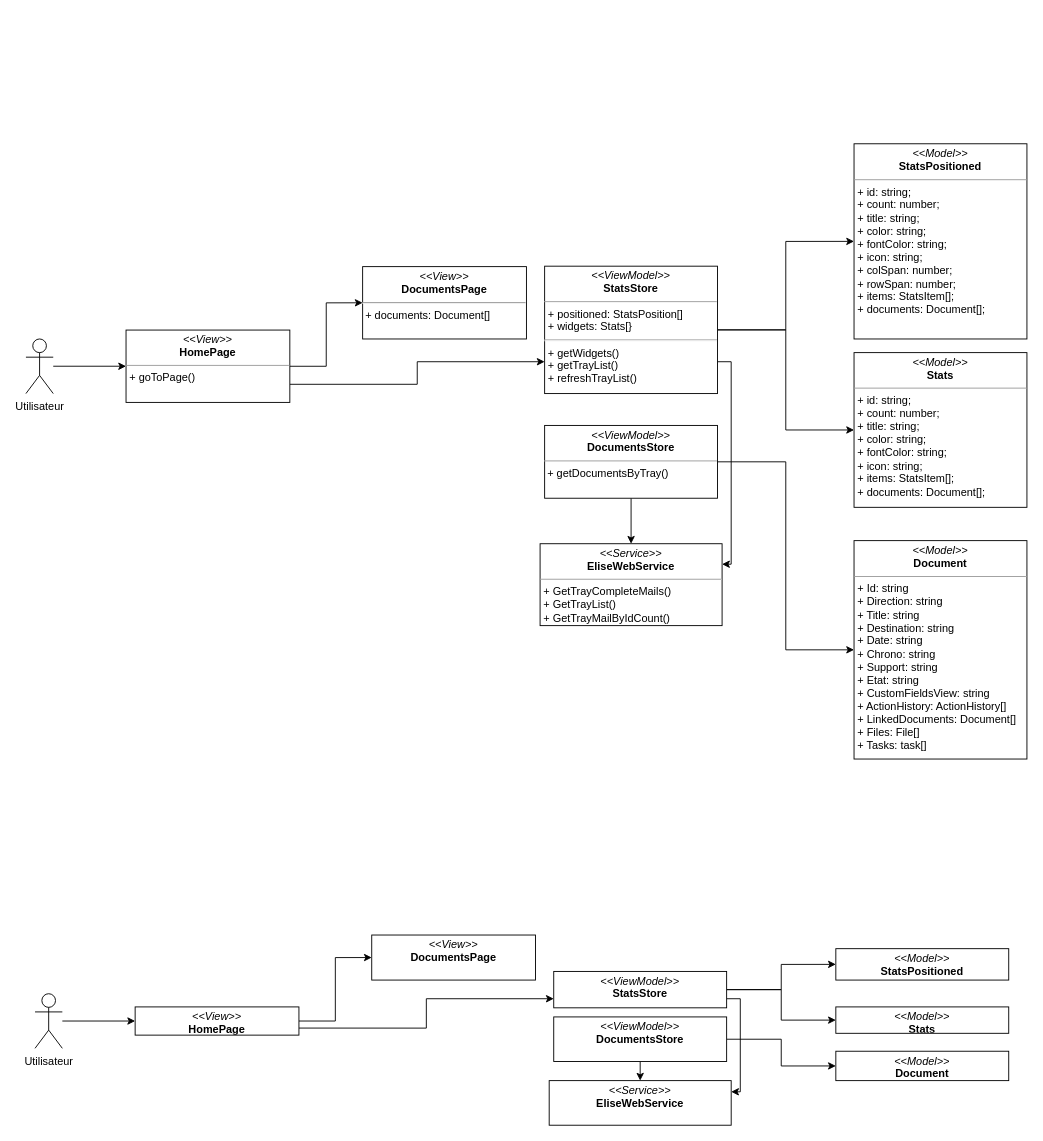
Before: dccSprint7.drawio in PFE-Neoledge-2023/rapport, a draw.io diagram. Source tidied: cells renumbered, new cells numbered last; positions are measured from the earlier drawing's top-left corner, leaving out a move shared by most shapes. Both pictures are drawn from the tidied source at 91%, with x=0, y=0 at pixel (25, 143).
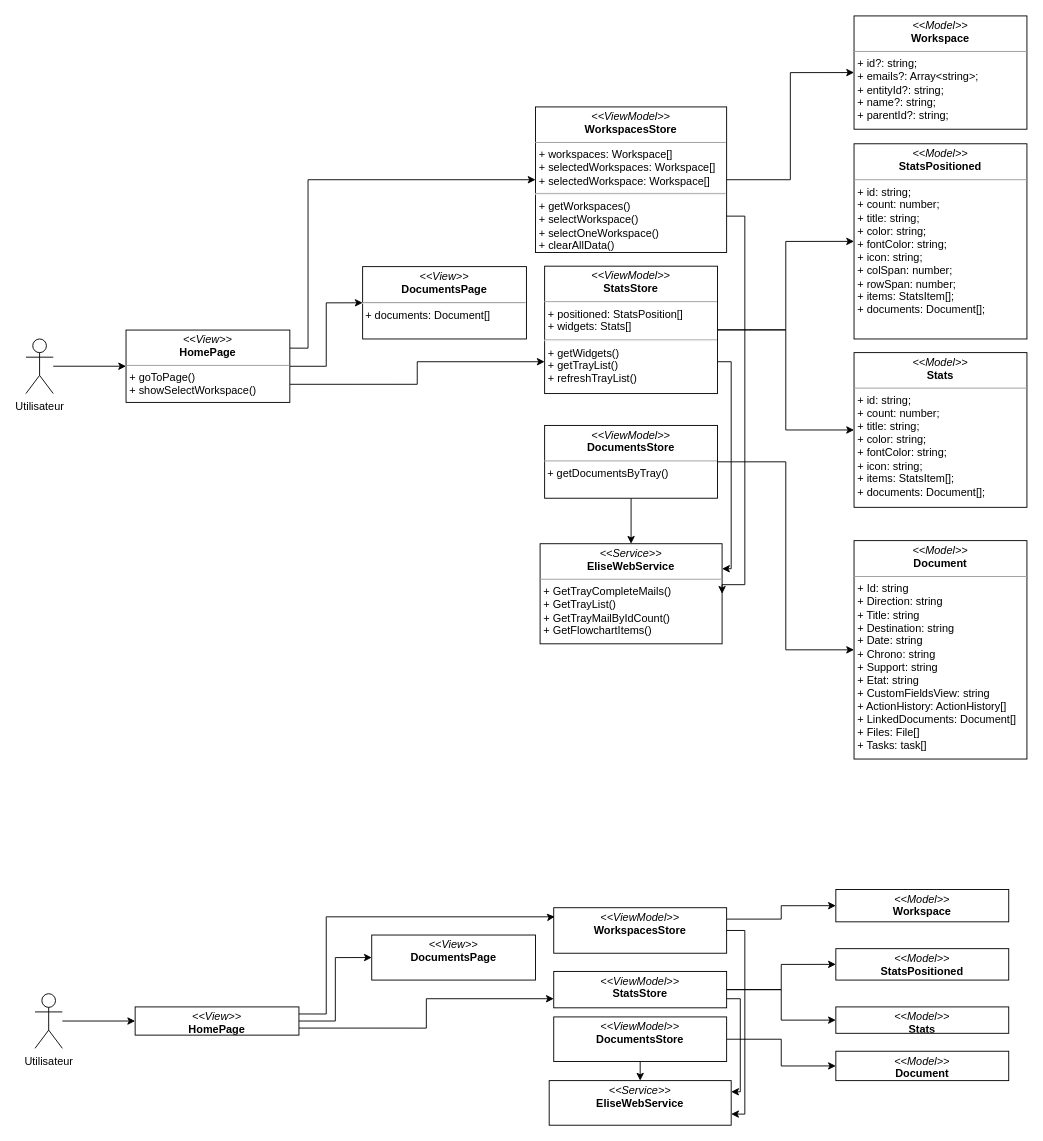
Above is the later version.

The change refers to these unchanged cells:
```xml
<mxCell id="27" value="&lt;p style=&quot;margin:0px;margin-top:4px;text-align:center;&quot;&gt;&lt;i&gt;&amp;lt;&amp;lt;Service&amp;gt;&amp;gt;&lt;/i&gt;&lt;br&gt;&lt;b&gt;EliseWebService&lt;/b&gt;&lt;/p&gt;&lt;p style=&quot;margin:0px;margin-left:4px;&quot;&gt;&lt;br&gt;&lt;/p&gt;" style="verticalAlign=top;align=left;overflow=fill;fontSize=12;fontFamily=Helvetica;html=1;whiteSpace=wrap;" parent="1" vertex="1">
  <mxGeometry x="575" y="1030" width="200" height="49" as="geometry" />
</mxCell>
<mxCell id="30" value="&lt;p style=&quot;margin:0px;margin-top:4px;text-align:center;&quot;&gt;&lt;i&gt;&amp;lt;&amp;lt;View&amp;gt;&amp;gt;&lt;/i&gt;&lt;br&gt;&lt;b&gt;HomePage&lt;/b&gt;&lt;/p&gt;&lt;p style=&quot;border-color: var(--border-color); margin: 0px 0px 0px 4px;&quot;&gt;&lt;br&gt;&lt;/p&gt;" style="verticalAlign=top;align=left;overflow=fill;fontSize=12;fontFamily=Helvetica;html=1;whiteSpace=wrap;" parent="1" vertex="1">
  <mxGeometry x="120" y="949" width="180" height="31" as="geometry" />
</mxCell>
```

Change to the diagram source:
```diff
@@
-    <mxCell id="8" value="&lt;p style=&quot;margin:0px;margin-top:4px;text-align:center;&quot;&gt;&lt;i&gt;&amp;lt;&amp;lt;ViewModel&amp;gt;&amp;gt;&lt;/i&gt;&lt;br&gt;&lt;b&gt;StatsStore&lt;/b&gt;&lt;/p&gt;&lt;hr size=&quot;1&quot;&gt;&lt;p style=&quot;margin:0px;margin-left:4px;&quot;&gt;&lt;/p&gt;&lt;p style=&quot;margin:0px;margin-left:4px;&quot;&gt;+ positioned: StatsPosition[]&lt;/p&gt;&lt;p style=&quot;margin:0px;margin-left:4px;&quot;&gt;+ widgets: Stats[}&lt;/p&gt;&lt;hr&gt;&lt;p style=&quot;margin:0px;margin-left:4px;&quot;&gt;+&amp;nbsp;&lt;span style=&quot;background-color: initial;&quot;&gt;getWidgets()&lt;/span&gt;&lt;/p&gt;&lt;p style=&quot;margin:0px;margin-left:4px;&quot;&gt;+ getTrayList()&lt;/p&gt;&lt;p style=&quot;margin:0px;margin-left:4px;&quot;&gt;&lt;span style=&quot;background-color: initial;&quot;&gt;+ refreshTrayList()&lt;br&gt;&lt;/span&gt;&lt;/p&gt;" style="verticalAlign=top;align=left;overflow=fill;fontSize=12;fontFamily=Helvetica;html=1;whiteSpace=wrap;" parent="1" vertex="1">
+    <mxCell id="8" value="&lt;p style=&quot;margin:0px;margin-top:4px;text-align:center;&quot;&gt;&lt;i&gt;&amp;lt;&amp;lt;ViewModel&amp;gt;&amp;gt;&lt;/i&gt;&lt;br&gt;&lt;b&gt;StatsStore&lt;/b&gt;&lt;/p&gt;&lt;hr size=&quot;1&quot;&gt;&lt;p style=&quot;margin:0px;margin-left:4px;&quot;&gt;&lt;/p&gt;&lt;p style=&quot;margin:0px;margin-left:4px;&quot;&gt;+ positioned: StatsPosition[]&lt;/p&gt;&lt;p style=&quot;margin:0px;margin-left:4px;&quot;&gt;+ widgets: Stats[]&lt;/p&gt;&lt;hr&gt;&lt;p style=&quot;margin:0px;margin-left:4px;&quot;&gt;+&amp;nbsp;&lt;span style=&quot;background-color: initial;&quot;&gt;getWidgets()&lt;/span&gt;&lt;/p&gt;&lt;p style=&quot;margin:0px;margin-left:4px;&quot;&gt;+ getTrayList()&lt;/p&gt;&lt;p style=&quot;margin:0px;margin-left:4px;&quot;&gt;&lt;span style=&quot;background-color: initial;&quot;&gt;+ refreshTrayList()&lt;br&gt;&lt;/span&gt;&lt;/p&gt;" style="verticalAlign=top;align=left;overflow=fill;fontSize=12;fontFamily=Helvetica;html=1;whiteSpace=wrap;" parent="1" vertex="1">
       <mxGeometry x="570" y="135" width="190" height="140" as="geometry" />
     </mxCell>
-    <mxCell id="9" value="&lt;p style=&quot;margin:0px;margin-top:4px;text-align:center;&quot;&gt;&lt;i&gt;&amp;lt;&amp;lt;Service&amp;gt;&amp;gt;&lt;/i&gt;&lt;br&gt;&lt;b&gt;EliseWebService&lt;/b&gt;&lt;/p&gt;&lt;hr size=&quot;1&quot;&gt;&lt;p style=&quot;margin:0px;margin-left:4px;&quot;&gt;&lt;/p&gt;&lt;p style=&quot;margin:0px;margin-left:4px;&quot;&gt;+ GetTrayCompleteMails()&lt;/p&gt;&lt;p style=&quot;margin:0px;margin-left:4px;&quot;&gt;+&amp;nbsp;&lt;span style=&quot;background-color: initial;&quot;&gt;GetTrayList()&lt;/span&gt;&lt;/p&gt;&lt;p style=&quot;margin:0px;margin-left:4px;&quot;&gt;&lt;span style=&quot;background-color: initial;&quot;&gt;+ GetTrayMailByIdCount&lt;/span&gt;()&lt;/p&gt;" style="verticalAlign=top;align=left;overflow=fill;fontSize=12;fontFamily=Helvetica;html=1;whiteSpace=wrap;" parent="1" vertex="1">
-      <mxGeometry x="565" y="440" width="200" height="90" as="geometry" />
+    <mxCell id="9" value="&lt;p style=&quot;margin:0px;margin-top:4px;text-align:center;&quot;&gt;&lt;i&gt;&amp;lt;&amp;lt;Service&amp;gt;&amp;gt;&lt;/i&gt;&lt;br&gt;&lt;b&gt;EliseWebService&lt;/b&gt;&lt;/p&gt;&lt;hr size=&quot;1&quot;&gt;&lt;p style=&quot;margin:0px;margin-left:4px;&quot;&gt;&lt;/p&gt;&lt;p style=&quot;margin:0px;margin-left:4px;&quot;&gt;+ GetTrayCompleteMails()&lt;/p&gt;&lt;p style=&quot;margin:0px;margin-left:4px;&quot;&gt;+&amp;nbsp;&lt;span style=&quot;background-color: initial;&quot;&gt;GetTrayList()&lt;/span&gt;&lt;/p&gt;&lt;p style=&quot;margin:0px;margin-left:4px;&quot;&gt;&lt;span style=&quot;background-color: initial;&quot;&gt;+ GetTrayMailByIdCount&lt;/span&gt;()&lt;/p&gt;&lt;p style=&quot;margin:0px;margin-left:4px;&quot;&gt;+&amp;nbsp;GetFlowchartItems()&lt;/p&gt;" style="verticalAlign=top;align=left;overflow=fill;fontSize=12;fontFamily=Helvetica;html=1;whiteSpace=wrap;" parent="1" vertex="1">
+      <mxGeometry x="565" y="440" width="200" height="110" as="geometry" />
     </mxCell>
@@
+    <mxCell id="37" style="edgeStyle=orthogonalEdgeStyle;rounded=0;html=1;exitX=1;exitY=0.25;exitDx=0;exitDy=0;entryX=0;entryY=0.5;entryDx=0;entryDy=0;strokeColor=default;" parent="1" edge="1" source="12" target="41">
+      <mxGeometry relative="1" as="geometry">
+        <Array as="points">
+          <mxPoint x="310" y="225" />
+          <mxPoint x="310" y="40" />
+        </Array>
+      </mxGeometry>
+    </mxCell>
-    <mxCell id="12" value="&lt;p style=&quot;margin:0px;margin-top:4px;text-align:center;&quot;&gt;&lt;i&gt;&amp;lt;&amp;lt;View&amp;gt;&amp;gt;&lt;/i&gt;&lt;br&gt;&lt;b&gt;HomePage&lt;/b&gt;&lt;/p&gt;&lt;hr style=&quot;border-color: var(--border-color);&quot; size=&quot;1&quot;&gt;&lt;p style=&quot;border-color: var(--border-color); margin: 0px 0px 0px 4px;&quot;&gt;+ goToPage()&lt;/p&gt;" style="verticalAlign=top;align=left;overflow=fill;fontSize=12;fontFamily=Helvetica;html=1;whiteSpace=wrap;" parent="1" vertex="1">
+    <mxCell id="12" value="&lt;p style=&quot;margin:0px;margin-top:4px;text-align:center;&quot;&gt;&lt;i&gt;&amp;lt;&amp;lt;View&amp;gt;&amp;gt;&lt;/i&gt;&lt;br&gt;&lt;b&gt;HomePage&lt;/b&gt;&lt;/p&gt;&lt;hr style=&quot;border-color: var(--border-color);&quot; size=&quot;1&quot;&gt;&lt;p style=&quot;border-color: var(--border-color); margin: 0px 0px 0px 4px;&quot;&gt;+ goToPage()&lt;/p&gt;&lt;p style=&quot;border-color: var(--border-color); margin: 0px 0px 0px 4px;&quot;&gt;+&amp;nbsp;showSelectWorkspace()&lt;/p&gt;" style="verticalAlign=top;align=left;overflow=fill;fontSize=12;fontFamily=Helvetica;html=1;whiteSpace=wrap;" parent="1" vertex="1">
       <mxGeometry x="110" y="205.2" width="180" height="79.5" as="geometry" />
     </mxCell>
@@
+    <mxCell id="38" style="edgeStyle=orthogonalEdgeStyle;rounded=0;html=1;exitX=1;exitY=0.25;exitDx=0;exitDy=0;entryX=0.006;entryY=0.198;entryDx=0;entryDy=0;strokeColor=default;entryPerimeter=0;" parent="1" edge="1" source="30" target="45">
+      <mxGeometry relative="1" as="geometry">
+        <Array as="points">
+          <mxPoint x="330" y="957" />
+          <mxPoint x="330" y="850" />
+          <mxPoint x="580" y="850" />
+        </Array>
+      </mxGeometry>
+    </mxCell>
@@
+    <mxCell id="39" style="edgeStyle=orthogonalEdgeStyle;html=1;entryX=0;entryY=0.5;entryDx=0;entryDy=0;strokeColor=default;rounded=0;" parent="1" edge="1" source="41" target="42">
+      <mxGeometry relative="1" as="geometry" />
+    </mxCell>
+    <mxCell id="40" style="edgeStyle=orthogonalEdgeStyle;rounded=0;html=1;exitX=1;exitY=0.75;exitDx=0;exitDy=0;entryX=1;entryY=0.5;entryDx=0;entryDy=0;strokeColor=default;" parent="1" edge="1" source="41" target="9">
+      <mxGeometry relative="1" as="geometry">
+        <Array as="points">
+          <mxPoint x="790" y="80" />
+          <mxPoint x="790" y="485" />
+        </Array>
+      </mxGeometry>
+    </mxCell>
+    <mxCell id="41" value="&lt;p style=&quot;margin:0px;margin-top:4px;text-align:center;&quot;&gt;&lt;i&gt;&amp;lt;&amp;lt;ViewModel&amp;gt;&amp;gt;&lt;/i&gt;&lt;br&gt;&lt;b&gt;WorkspacesStore&lt;/b&gt;&lt;br&gt;&lt;/p&gt;&lt;hr size=&quot;1&quot;&gt;&lt;p style=&quot;margin:0px;margin-left:4px;&quot;&gt;&lt;/p&gt;&lt;p style=&quot;margin:0px;margin-left:4px;&quot;&gt;+ workspaces:&amp;nbsp;&lt;span style=&quot;text-align: center;&quot;&gt;Workspace&lt;/span&gt;[]&lt;/p&gt;&lt;p style=&quot;margin:0px;margin-left:4px;&quot;&gt;+ selectedWorkspaces: Workspace[]&lt;/p&gt;&lt;p style=&quot;margin:0px;margin-left:4px;&quot;&gt;+ selectedWorkspace: Workspace[]&lt;/p&gt;&lt;hr&gt;&lt;p style=&quot;margin:0px;margin-left:4px;&quot;&gt;+ getWorkspaces()&lt;/p&gt;&lt;p style=&quot;margin:0px;margin-left:4px;&quot;&gt;+ selectWorkspace()&lt;/p&gt;&lt;p style=&quot;margin:0px;margin-left:4px;&quot;&gt;+ selectOneWorkspace()&lt;/p&gt;&lt;p style=&quot;margin:0px;margin-left:4px;&quot;&gt;+ clearAllData()&lt;/p&gt;" style="verticalAlign=top;align=left;overflow=fill;fontSize=12;fontFamily=Helvetica;html=1;whiteSpace=wrap;" parent="1" vertex="1">
+      <mxGeometry x="560" y="-40" width="210" height="160" as="geometry" />
+    </mxCell>
+    <mxCell id="42" value="&lt;p style=&quot;margin:0px;margin-top:4px;text-align:center;&quot;&gt;&lt;i&gt;&amp;lt;&amp;lt;Model&amp;gt;&amp;gt;&lt;/i&gt;&lt;br&gt;&lt;b&gt;Workspace&lt;/b&gt;&lt;br&gt;&lt;/p&gt;&lt;hr size=&quot;1&quot;&gt;&lt;p style=&quot;margin:0px;margin-left:4px;&quot;&gt;&lt;/p&gt;&lt;p style=&quot;margin: 0px 0px 0px 4px;&quot;&gt;+ id?: string;&lt;/p&gt;&lt;p style=&quot;margin:0px;margin-left:4px;&quot;&gt;+ emails?: Array&amp;lt;string&amp;gt;;&lt;/p&gt;&lt;p style=&quot;margin:0px;margin-left:4px;&quot;&gt;+ entityId?: string;&lt;/p&gt;&lt;p style=&quot;margin:0px;margin-left:4px;&quot;&gt;&lt;span style=&quot;background-color: initial;&quot;&gt;+ name?: string;&lt;/span&gt;&lt;br&gt;&lt;/p&gt;&lt;p style=&quot;margin:0px;margin-left:4px;&quot;&gt;+ parentId?: string;&lt;/p&gt;" style="verticalAlign=top;align=left;overflow=fill;fontSize=12;fontFamily=Helvetica;html=1;whiteSpace=wrap;" parent="1" vertex="1">
+      <mxGeometry x="910" y="-140" width="190" height="124.5" as="geometry" />
+    </mxCell>
+    <mxCell id="43" style="edgeStyle=orthogonalEdgeStyle;rounded=0;html=1;entryX=1;entryY=0.75;entryDx=0;entryDy=0;strokeColor=default;" parent="1" edge="1" source="45" target="27">
+      <mxGeometry relative="1" as="geometry">
+        <Array as="points">
+          <mxPoint x="790" y="865" />
+          <mxPoint x="790" y="1067" />
+        </Array>
+      </mxGeometry>
+    </mxCell>
+    <mxCell id="44" style="edgeStyle=orthogonalEdgeStyle;rounded=0;html=1;exitX=1;exitY=0.25;exitDx=0;exitDy=0;entryX=0;entryY=0.5;entryDx=0;entryDy=0;strokeColor=default;" parent="1" edge="1" source="45" target="46">
+      <mxGeometry relative="1" as="geometry" />
+    </mxCell>
+    <mxCell id="45" value="&lt;p style=&quot;margin:0px;margin-top:4px;text-align:center;&quot;&gt;&lt;i&gt;&amp;lt;&amp;lt;ViewModel&amp;gt;&amp;gt;&lt;/i&gt;&lt;br&gt;&lt;b&gt;WorkspacesStore&lt;/b&gt;&lt;br&gt;&lt;/p&gt;&lt;p style=&quot;margin:0px;margin-left:4px;&quot;&gt;&lt;br&gt;&lt;/p&gt;" style="verticalAlign=top;align=left;overflow=fill;fontSize=12;fontFamily=Helvetica;html=1;whiteSpace=wrap;" parent="1" vertex="1">
+      <mxGeometry x="580" y="840" width="190" height="50" as="geometry" />
+    </mxCell>
+    <mxCell id="46" value="&lt;p style=&quot;margin:0px;margin-top:4px;text-align:center;&quot;&gt;&lt;i&gt;&amp;lt;&amp;lt;Model&amp;gt;&amp;gt;&lt;/i&gt;&lt;br&gt;&lt;b&gt;Workspace&lt;/b&gt;&lt;br&gt;&lt;/p&gt;&lt;p style=&quot;margin: 0px 0px 0px 4px;&quot;&gt;&lt;br&gt;&lt;/p&gt;" style="verticalAlign=top;align=left;overflow=fill;fontSize=12;fontFamily=Helvetica;html=1;whiteSpace=wrap;" parent="1" vertex="1">
+      <mxGeometry x="890" y="820" width="190" height="35.5" as="geometry" />
+    </mxCell>
```
